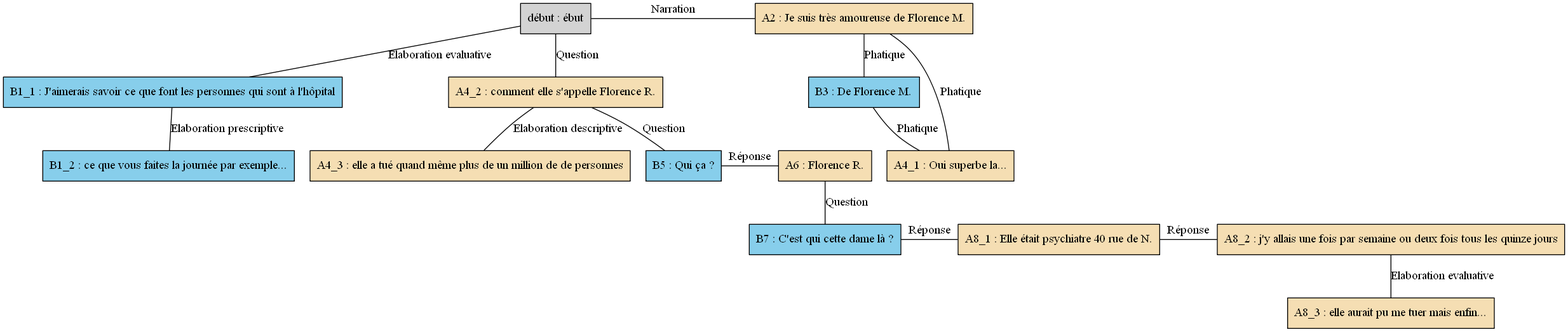
This is arbres/Florence/Florence_-_C07.gv.png from AlaixComet/AnnotationSlamPTut, a Graphviz export, as it was before one commit. Its source is kept beside it as arbres/Florence/Florence_-_C07.gv. Source of this version:
```dot
digraph C07 {
	node [shape=box style=filled]
	"début" [label="début : ébut"]
	B1_1 [label="B1_1 : J'aimerais savoir ce que font les personnes qui sont à l'hôpital" fillcolor=skyblue]
	B1_2 [label="B1_2 : ce que vous faites la journée par exemple..." fillcolor=skyblue]
	A2 [label="A2 : Je suis très amoureuse de Florence M." fillcolor=wheat]
	B3 [label="B3 : De Florence M." fillcolor=skyblue]
	A4_1 [label="A4_1 : Oui superbe la..." fillcolor=wheat]
	A4_2 [label="A4_2 : comment elle s'appelle Florence R." fillcolor=wheat]
	A4_3 [label="A4_3 : elle a tué quand même plus de un million de de personnes" fillcolor=wheat]
	B5 [label="B5 : Qui ça ?" fillcolor=skyblue]
	A6 [label="A6 : Florence R." fillcolor=wheat]
	B7 [label="B7 : C'est qui cette dame là ?" fillcolor=skyblue]
	A8_1 [label="A8_1 : Elle était psychiatre 40 rue de N." fillcolor=wheat]
	A8_2 [label="A8_2 : j'y allais une fois par semaine ou deux fois tous les quinze jours" fillcolor=wheat]
	A8_3 [label="A8_3 : elle aurait pu me tuer mais enfin..." fillcolor=wheat]
	"début" -> B1_1 [label="Elaboration evaluative" dir=none]
	B1_1 -> B1_2 [label="Elaboration prescriptive" dir=none]
	{
		rank=same
		"début"
		A2
		"début" -> A2 [label=Narration dir=none]
	}
	A2 -> B3 [label=Phatique dir=none]
	A2 -> A4_1 [label=Phatique dir=none]
	B3 -> A4_1 [label=Phatique dir=none]
	"début" -> A4_2 [label=Question dir=none]
	A4_2 -> A4_3 [label="Elaboration descriptive" dir=none]
	A4_2 -> B5 [label=Question dir=none]
	{
		rank=same
		B5
		A6
		B5 -> A6 [label="Réponse" dir=none]
	}
	A6 -> B7 [label=Question dir=none]
	{
		rank=same
		B7
		A8_1
		B7 -> A8_1 [label="Réponse" dir=none]
	}
	{
		rank=same
		A8_1
		A8_2
		A8_1 -> A8_2 [label="Réponse" dir=none]
	}
	A8_2 -> A8_3 [label="Elaboration evaluative" dir=none]
}
```
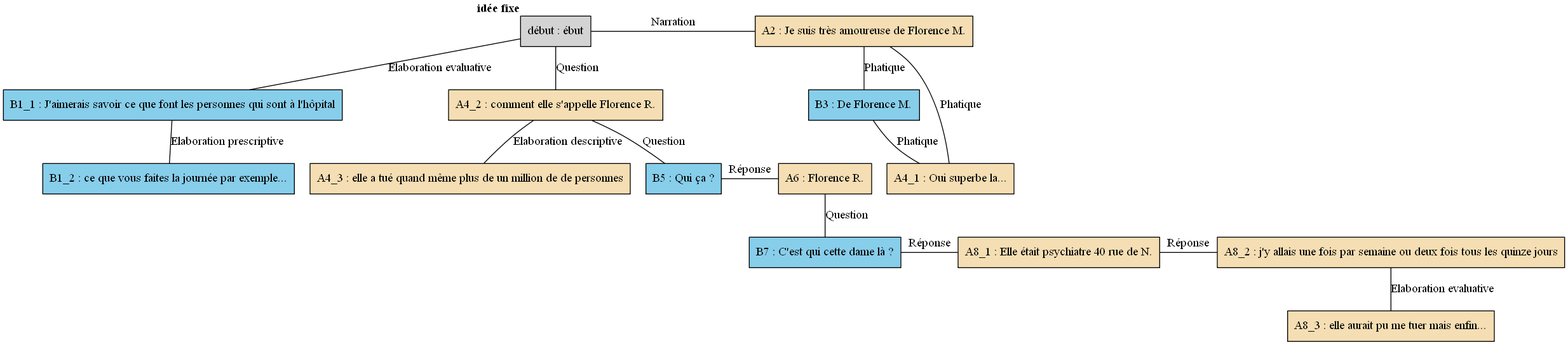
After the change.

Diff of the diagram source:
```diff
@@ -1,19 +1,19 @@
 digraph C07 {
 	node [shape=box style=filled]
-	"début" [label="début : ébut"]
-	B1_1 [label="B1_1 : J'aimerais savoir ce que font les personnes qui sont à l'hôpital" fillcolor=skyblue]
-	B1_2 [label="B1_2 : ce que vous faites la journée par exemple..." fillcolor=skyblue]
-	A2 [label="A2 : Je suis très amoureuse de Florence M." fillcolor=wheat]
-	B3 [label="B3 : De Florence M." fillcolor=skyblue]
-	A4_1 [label="A4_1 : Oui superbe la..." fillcolor=wheat]
-	A4_2 [label="A4_2 : comment elle s'appelle Florence R." fillcolor=wheat]
-	A4_3 [label="A4_3 : elle a tué quand même plus de un million de de personnes" fillcolor=wheat]
-	B5 [label="B5 : Qui ça ?" fillcolor=skyblue]
-	A6 [label="A6 : Florence R." fillcolor=wheat]
-	B7 [label="B7 : C'est qui cette dame là ?" fillcolor=skyblue]
-	A8_1 [label="A8_1 : Elle était psychiatre 40 rue de N." fillcolor=wheat]
-	A8_2 [label="A8_2 : j'y allais une fois par semaine ou deux fois tous les quinze jours" fillcolor=wheat]
-	A8_3 [label="A8_3 : elle aurait pu me tuer mais enfin..." fillcolor=wheat]
+	"début" [label="début : ébut" xlabel=<<B>idée fixe</B>>]
+	B1_1 [label="B1_1 : J'aimerais savoir ce que font les personnes qui sont à l'hôpital" fillcolor=skyblue xlabel=""]
+	B1_2 [label="B1_2 : ce que vous faites la journée par exemple..." fillcolor=skyblue xlabel=""]
+	A2 [label="A2 : Je suis très amoureuse de Florence M." fillcolor=wheat xlabel=""]
+	B3 [label="B3 : De Florence M." fillcolor=skyblue xlabel=""]
+	A4_1 [label="A4_1 : Oui superbe la..." fillcolor=wheat xlabel=""]
+	A4_2 [label="A4_2 : comment elle s'appelle Florence R." fillcolor=wheat xlabel=""]
+	A4_3 [label="A4_3 : elle a tué quand même plus de un million de de personnes" fillcolor=wheat xlabel=""]
+	B5 [label="B5 : Qui ça ?" fillcolor=skyblue xlabel=""]
+	A6 [label="A6 : Florence R." fillcolor=wheat xlabel=""]
+	B7 [label="B7 : C'est qui cette dame là ?" fillcolor=skyblue xlabel=""]
+	A8_1 [label="A8_1 : Elle était psychiatre 40 rue de N." fillcolor=wheat xlabel=""]
+	A8_2 [label="A8_2 : j'y allais une fois par semaine ou deux fois tous les quinze jours" fillcolor=wheat xlabel=""]
+	A8_3 [label="A8_3 : elle aurait pu me tuer mais enfin..." fillcolor=wheat xlabel=""]
 	"début" -> B1_1 [label="Elaboration evaluative" dir=none]
 	B1_1 -> B1_2 [label="Elaboration prescriptive" dir=none]
 	{
```
